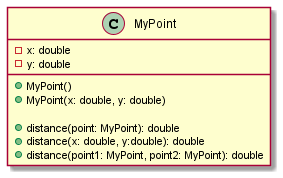
This is Introduction_to_Java_Programming/src/chapter10/exercise/exercise10_04/MyPointDiagram.png from emaphis/Introduction_to_Java_Programming, a PlantUML export, as it was before one commit. Source of this version:
```plantuml
@startuml
class MyPoint {
    -x: double
    -y: double

    +MyPoint()
    +MyPoint(x: double, y: double)

    +distance(point: MyPoint): double
    +distance(x: double, y:double): double
    +distance(point1: MyPoint, point2: MyPoint): double
}
@enduml
```
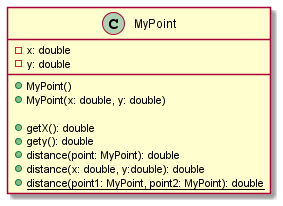
The same diagram one commit later.

The edit, as a diff of the source:
```diff
@@ -6,8 +6,10 @@
     +MyPoint()
     +MyPoint(x: double, y: double)
 
+    +getX(): double
+    +gety(): double
     +distance(point: MyPoint): double
     +distance(x: double, y:double): double
-    +distance(point1: MyPoint, point2: MyPoint): double
+    {static} +distance(point1: MyPoint, point2: MyPoint): double
 }
 @enduml
```
